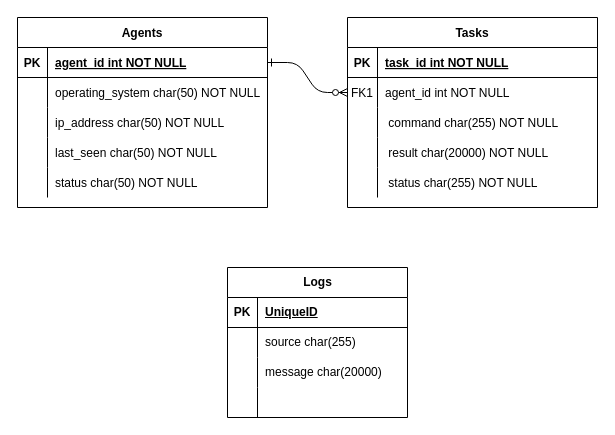
This is db/ERD.drawio from t1b4n3/TibaneC2, a draw.io file, before an edit. Source tidied: cells renumbered, new cells numbered last; positions are measured from the earlier drawing's top-left corner, leaving out a move shared by most shapes. Both pictures are drawn from the tidied source at 100%, with x=0, y=0 at pixel (17, 17).
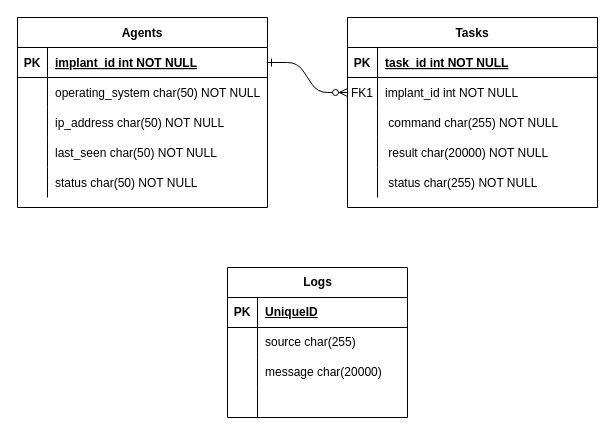
After the change.

Commit message (it also covers changes not shown here):
update database schema

The change refers to these unchanged cells:
```xml
<mxCell id="7" style="shape=partialRectangle;fillColor=none;points=[[0,0.5],[1,0.5]];portConstraint=eastwest;top=0;left=0;right=0;bottom=0;" parent="3" vertex="1">
  <mxGeometry y="60" width="250" height="30" as="geometry" />
</mxCell>
<mxCell id="20" style="shape=partialRectangle;fillColor=none;points=[[0,0.5],[1,0.5]];portConstraint=eastwest;top=0;left=0;right=0;bottom=1;" parent="19" vertex="1">
  <mxGeometry y="30" width="250" height="30" as="geometry" />
</mxCell>
```

Diff of the diagram source:
```diff
@@
-    <mxCell id="9" value="agent_id int NOT NULL" style="shape=partialRectangle;overflow=hidden;fillColor=none;top=0;left=0;bottom=0;right=0;align=left;spacingLeft=6;" parent="7" vertex="1">
+    <mxCell id="9" value="implant_id int NOT NULL" style="shape=partialRectangle;overflow=hidden;fillColor=none;top=0;left=0;bottom=0;right=0;align=left;spacingLeft=6;" parent="7" vertex="1">
       <mxGeometry x="30" width="220" height="30" as="geometry" />
     </mxCell>
@@
-    <mxCell id="22" value="agent_id int NOT NULL " style="shape=partialRectangle;overflow=hidden;fillColor=none;top=0;left=0;bottom=0;right=0;align=left;spacingLeft=6;fontStyle=5;" parent="20" vertex="1">
+    <mxCell id="22" value="implant_id int NOT NULL " style="shape=partialRectangle;overflow=hidden;fillColor=none;top=0;left=0;bottom=0;right=0;align=left;spacingLeft=6;fontStyle=5;" parent="20" vertex="1">
       <mxGeometry x="30" width="220" height="30" as="geometry" />
     </mxCell>
```
